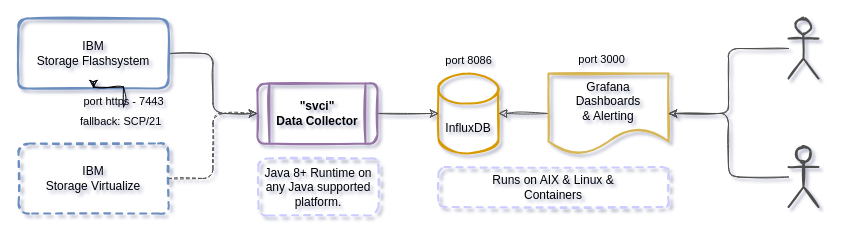
The draw.io diagram doc/SVCi.drawio in mnellemann/svci, before the edit. Source tidied: cells renumbered, new cells numbered last; positions are measured from the earlier drawing's top-left corner, leaving out a move shared by most shapes. Both pictures are drawn from the tidied source at 100%, with x=0, y=0 at pixel (18, 18).
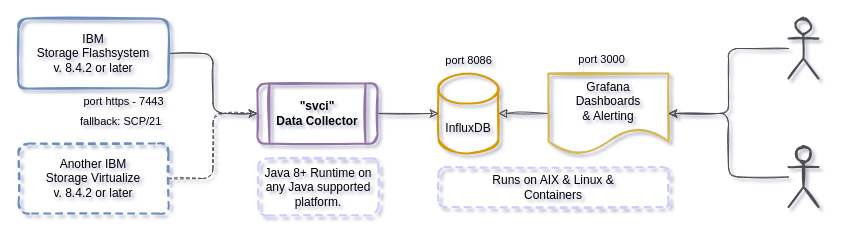
The same diagram, later.

The change refers to these unchanged cells:
```xml
<mxCell id="21" value="&lt;div style=&quot;text-align: center;&quot;&gt;&lt;font&gt;&lt;span style=&quot;font-size: 11px;&quot;&gt;fallback: SCP/21&lt;/span&gt;&lt;/font&gt;&lt;/div&gt;" style="text;whiteSpace=wrap;html=1;labelBackgroundColor=none;fontColor=#000000;" parent="1" vertex="1">
  <mxGeometry x="60" y="88.5" width="90" height="40" as="geometry" />
</mxCell>
```

Change to the diagram source:
```diff
@@
-    <mxCell id="9" value="&lt;div&gt;&lt;font color=&quot;#000000&quot;&gt;IBM&lt;br&gt;&lt;/font&gt;&lt;/div&gt;&lt;div&gt;&lt;font color=&quot;#000000&quot;&gt;Storage Flashsystem&lt;/font&gt;&lt;/div&gt;" style="rounded=1;whiteSpace=wrap;html=1;fillColor=none;strokeColor=#6c8ebf;sketch=1;strokeWidth=2;" parent="1" vertex="1">
+    <mxCell id="9" value="&lt;div&gt;&lt;font color=&quot;#000000&quot;&gt;IBM&lt;br&gt;&lt;/font&gt;&lt;/div&gt;&lt;div&gt;&lt;font color=&quot;#000000&quot;&gt;Storage Flashsystem&lt;/font&gt;&lt;/div&gt;&lt;div&gt;&lt;font color=&quot;#000000&quot;&gt;v. 8.4.2 or later&lt;/font&gt;&lt;/div&gt;" style="rounded=1;whiteSpace=wrap;html=1;fillColor=none;strokeColor=#6c8ebf;sketch=1;strokeWidth=2;" parent="1" vertex="1">
       <mxGeometry width="150" height="70" as="geometry" />
     </mxCell>
@@
-    <mxCell id="11" value="&lt;div&gt;&lt;font color=&quot;#000000&quot;&gt;IBM&lt;/font&gt;&lt;/div&gt;&lt;div&gt;&lt;font color=&quot;#000000&quot;&gt;Storage Virtualize&lt;/font&gt;&lt;/div&gt;" style="rounded=1;whiteSpace=wrap;html=1;strokeColor=#6c8ebf;dashed=1;fillColor=none;sketch=1;strokeWidth=2;" parent="1" vertex="1">
+    <mxCell id="11" value="&lt;div&gt;&lt;font color=&quot;#000000&quot;&gt;Another IBM&lt;/font&gt;&lt;/div&gt;&lt;div&gt;&lt;font color=&quot;#000000&quot;&gt;Storage Virtualize&lt;/font&gt;&lt;/div&gt;&lt;div&gt;&lt;font color=&quot;#000000&quot;&gt;v. 8.4.2 or later&lt;/font&gt;&lt;/div&gt;" style="rounded=1;whiteSpace=wrap;html=1;strokeColor=#6c8ebf;dashed=1;fillColor=none;sketch=1;strokeWidth=2;" parent="1" vertex="1">
       <mxGeometry y="125" width="150" height="70" as="geometry" />
     </mxCell>
@@
-    <mxCell id="20" style="edgeStyle=orthogonalEdgeStyle;rounded=0;sketch=1;hachureGap=4;jiggle=2;curveFitting=1;jettySize=auto;html=1;fontFamily=Architects Daughter;" parent="1" edge="1" source="21" target="9">
-      <mxGeometry relative="1" as="geometry" />
-    </mxCell>
```
